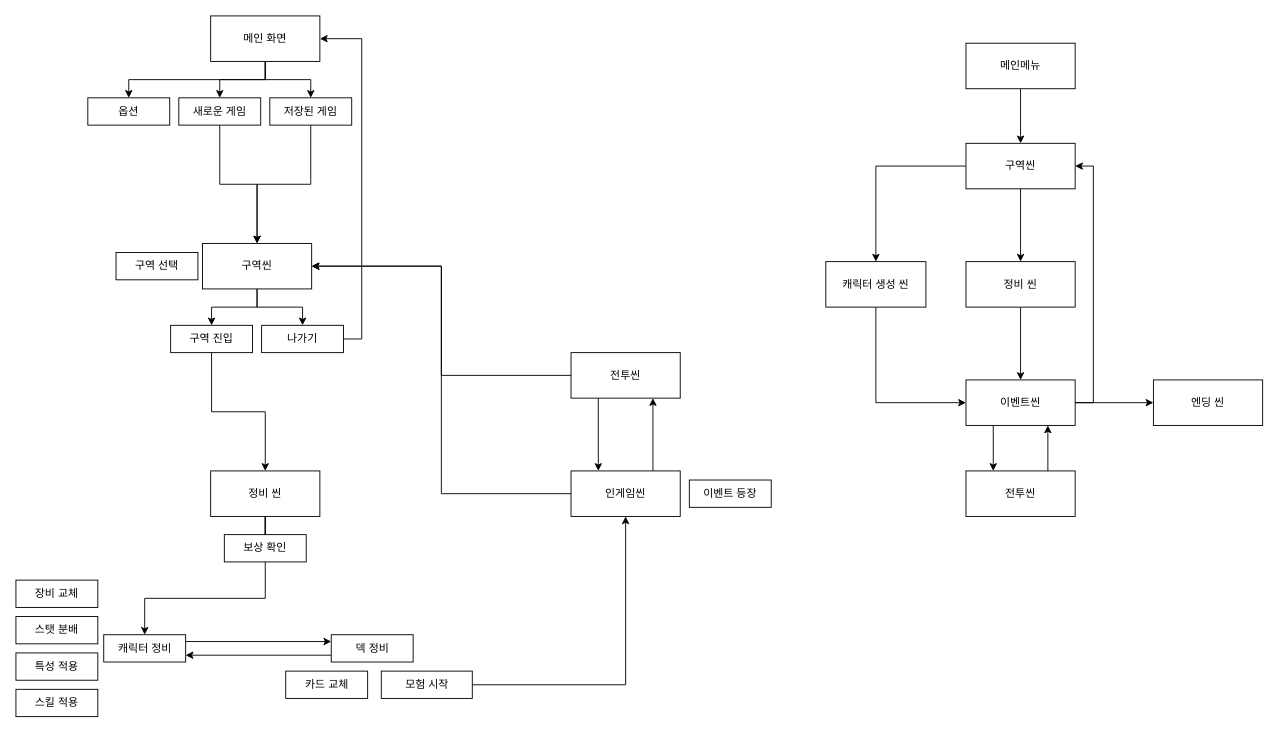
Earlier version of the draw.io diagram 게임 디자인/기획/씬플로우.drawio (DahamChoi/Exlix). Source tidied: cells renumbered, new cells numbered last; positions are measured from the earlier drawing's top-left corner, leaving out a move shared by most shapes. Both pictures are drawn from the tidied source at 91%, with x=0, y=0 at pixel (15, 15).
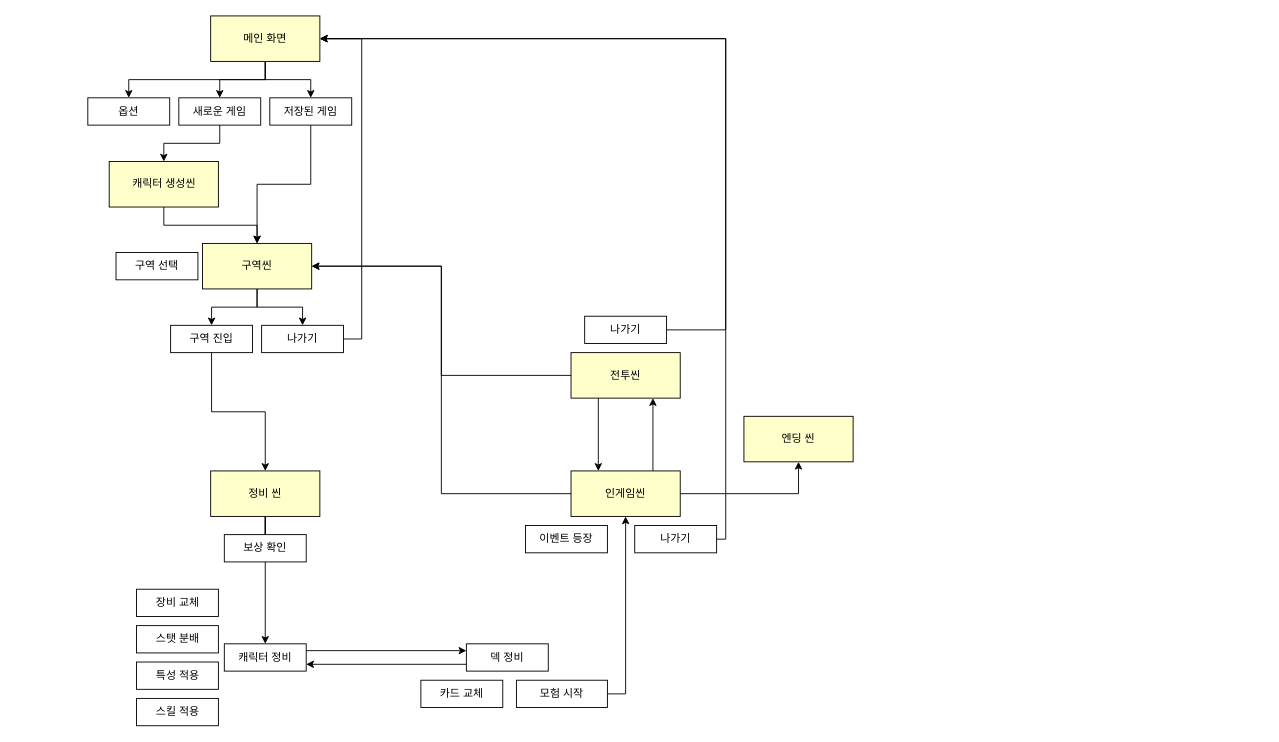
Above is the later version.

The change refers to these unchanged cells:
```xml
<mxCell id="21" value="새로운 게임" style="rounded=0;whiteSpace=wrap;html=1;" parent="1" vertex="1">
  <mxGeometry x="179" y="90" width="90" height="30" as="geometry" />
</mxCell>
```

What changed in the source:
```diff
@@
-    <mxCell id="5" value="메인 화면" style="rounded=0;whiteSpace=wrap;html=1;" parent="1" vertex="1">
+    <mxCell id="5" value="메인 화면" style="rounded=0;whiteSpace=wrap;html=1;fillColor=#FFFFCC;" parent="1" vertex="1">
       <mxGeometry x="214" width="120" height="50" as="geometry" />
     </mxCell>
-    <mxCell id="6" style="edgeStyle=orthogonalEdgeStyle;rounded=0;jettySize=auto;html=1;exitX=0;exitY=0.5;exitDx=0;exitDy=0;" parent="1" edge="1" source="8" target="18">
-      <mxGeometry relative="1" as="geometry" />
-    </mxCell>
-    <mxCell id="7" style="edgeStyle=orthogonalEdgeStyle;rounded=0;jettySize=auto;html=1;exitX=0.5;exitY=1;exitDx=0;exitDy=0;entryX=0.5;entryY=0;entryDx=0;entryDy=0;" parent="1" edge="1" source="8" target="10">
-      <mxGeometry relative="1" as="geometry" />
-    </mxCell>
-    <mxCell id="8" value="구역씬" style="rounded=0;whiteSpace=wrap;html=1;" parent="1" vertex="1">
-      <mxGeometry x="1044" y="140" width="120" height="50" as="geometry" />
-    </mxCell>
-    <mxCell id="9" style="edgeStyle=orthogonalEdgeStyle;rounded=0;jettySize=auto;html=1;exitX=0.5;exitY=1;exitDx=0;exitDy=0;" parent="1" edge="1" source="10" target="14">
-      <mxGeometry relative="1" as="geometry" />
-    </mxCell>
-    <mxCell id="10" value="정비 씬" style="rounded=0;whiteSpace=wrap;html=1;" parent="1" vertex="1">
-      <mxGeometry x="1044" y="270" width="120" height="50" as="geometry" />
-    </mxCell>
-    <mxCell id="11" style="edgeStyle=orthogonalEdgeStyle;rounded=0;jettySize=auto;html=1;exitX=0.25;exitY=1;exitDx=0;exitDy=0;entryX=0.25;entryY=0;entryDx=0;entryDy=0;" parent="1" edge="1" source="14" target="16">
-      <mxGeometry relative="1" as="geometry" />
-    </mxCell>
-    <mxCell id="12" style="edgeStyle=orthogonalEdgeStyle;rounded=0;jettySize=auto;html=1;exitX=1;exitY=0.5;exitDx=0;exitDy=0;entryX=1;entryY=0.5;entryDx=0;entryDy=0;" parent="1" edge="1" source="14" target="8">
-      <mxGeometry relative="1" as="geometry" />
-    </mxCell>
-    <mxCell id="13" style="edgeStyle=orthogonalEdgeStyle;rounded=0;jettySize=auto;html=1;exitX=1;exitY=0.5;exitDx=0;exitDy=0;entryX=0;entryY=0.5;entryDx=0;entryDy=0;" parent="1" edge="1" source="14" target="19">
-      <mxGeometry relative="1" as="geometry" />
-    </mxCell>
-    <mxCell id="14" value="이벤트씬" style="rounded=0;whiteSpace=wrap;html=1;" parent="1" vertex="1">
-      <mxGeometry x="1044" y="400" width="120" height="50" as="geometry" />
-    </mxCell>
-    <mxCell id="15" style="edgeStyle=orthogonalEdgeStyle;rounded=0;jettySize=auto;html=1;exitX=0.75;exitY=0;exitDx=0;exitDy=0;entryX=0.75;entryY=1;entryDx=0;entryDy=0;" parent="1" edge="1" source="16" target="14">
-      <mxGeometry relative="1" as="geometry" />
-    </mxCell>
-    <mxCell id="16" value="전투씬" style="rounded=0;whiteSpace=wrap;html=1;" parent="1" vertex="1">
-      <mxGeometry x="1044" y="500" width="120" height="50" as="geometry" />
-    </mxCell>
-    <mxCell id="17" style="edgeStyle=orthogonalEdgeStyle;rounded=0;jettySize=auto;html=1;exitX=0.5;exitY=1;exitDx=0;exitDy=0;entryX=0;entryY=0.5;entryDx=0;entryDy=0;" parent="1" edge="1" source="18" target="14">
-      <mxGeometry relative="1" as="geometry" />
-    </mxCell>
-    <mxCell id="18" value="캐릭터 생성 씬" style="rounded=0;whiteSpace=wrap;html=1;" parent="1" vertex="1">
-      <mxGeometry x="890" y="270" width="110" height="50" as="geometry" />
-    </mxCell>
-    <mxCell id="19" value="엔딩 씬" style="rounded=0;whiteSpace=wrap;html=1;" parent="1" vertex="1">
-      <mxGeometry x="1250" y="400" width="120" height="50" as="geometry" />
+    <mxCell id="19" value="엔딩 씬" style="rounded=0;whiteSpace=wrap;html=1;fillColor=#FFFFCC;" parent="1" vertex="1">
+      <mxGeometry x="800" y="440" width="120" height="50" as="geometry" />
     </mxCell>
-    <mxCell id="20" style="edgeStyle=orthogonalEdgeStyle;rounded=0;jettySize=auto;html=1;exitX=0.5;exitY=1;exitDx=0;exitDy=0;" parent="1" edge="1" source="21" target="27">
-      <mxGeometry relative="1" as="geometry" />
-    </mxCell>
+    <mxCell id="57" style="edgeStyle=orthogonalEdgeStyle;rounded=0;jettySize=auto;html=1;exitX=0.5;exitY=1;exitDx=0;exitDy=0;entryX=0.5;entryY=0;entryDx=0;entryDy=0;" parent="1" edge="1" source="21" target="64">
+      <mxGeometry relative="1" as="geometry" />
+    </mxCell>
@@
-    <mxCell id="27" value="구역씬" style="rounded=0;whiteSpace=wrap;html=1;" parent="1" vertex="1">
+    <mxCell id="27" value="구역씬" style="rounded=0;whiteSpace=wrap;html=1;fillColor=#FFFFCC;" parent="1" vertex="1">
       <mxGeometry x="205" y="250" width="120" height="50" as="geometry" />
     </mxCell>
@@
-    <mxCell id="33" value="정비 씬" style="rounded=0;whiteSpace=wrap;html=1;" parent="1" vertex="1">
+    <mxCell id="33" value="정비 씬" style="rounded=0;whiteSpace=wrap;html=1;fillColor=#FFFFCC;" parent="1" vertex="1">
       <mxGeometry x="214" y="500" width="120" height="50" as="geometry" />
     </mxCell>
@@
     <mxCell id="36" value="캐릭터 정비" style="rounded=0;whiteSpace=wrap;html=1;" parent="1" vertex="1">
-      <mxGeometry x="96.5" y="680" width="90" height="30" as="geometry" />
+      <mxGeometry x="229" y="690" width="90" height="30" as="geometry" />
     </mxCell>
@@
     <mxCell id="38" value="덱 정비" style="rounded=0;whiteSpace=wrap;html=1;" parent="1" vertex="1">
-      <mxGeometry x="346.5" y="680" width="90" height="30" as="geometry" />
+      <mxGeometry x="495" y="690" width="90" height="30" as="geometry" />
     </mxCell>
     <mxCell id="39" value="스탯 분배" style="rounded=0;whiteSpace=wrap;html=1;" parent="1" vertex="1">
-      <mxGeometry y="660" width="90" height="30" as="geometry" />
+      <mxGeometry x="132.5" y="670" width="90" height="30" as="geometry" />
     </mxCell>
     <mxCell id="40" value="스킬 적용" style="rounded=0;whiteSpace=wrap;html=1;" parent="1" vertex="1">
-      <mxGeometry y="740" width="90" height="30" as="geometry" />
+      <mxGeometry x="132.5" y="750" width="90" height="30" as="geometry" />
     </mxCell>
     <mxCell id="41" value="특성 적용" style="rounded=0;whiteSpace=wrap;html=1;" parent="1" vertex="1">
-      <mxGeometry y="700" width="90" height="30" as="geometry" />
+      <mxGeometry x="132.5" y="710" width="90" height="30" as="geometry" />
     </mxCell>
     <mxCell id="42" value="장비 교체" style="rounded=0;whiteSpace=wrap;html=1;" parent="1" vertex="1">
-      <mxGeometry y="620" width="90" height="30" as="geometry" />
+      <mxGeometry x="132.5" y="630" width="90" height="30" as="geometry" />
     </mxCell>
     <mxCell id="43" value="카드 교체" style="rounded=0;whiteSpace=wrap;html=1;" parent="1" vertex="1">
-      <mxGeometry x="296.5" y="720" width="90" height="30" as="geometry" />
+      <mxGeometry x="445" y="730" width="90" height="30" as="geometry" />
     </mxCell>
@@
     <mxCell id="45" value="모험 시작" style="rounded=0;whiteSpace=wrap;html=1;" parent="1" vertex="1">
-      <mxGeometry x="401.5" y="720" width="100" height="30" as="geometry" />
+      <mxGeometry x="550" y="730" width="100" height="30" as="geometry" />
     </mxCell>
@@
+    <mxCell id="58" style="edgeStyle=orthogonalEdgeStyle;rounded=0;jettySize=auto;html=1;exitX=1;exitY=0.5;exitDx=0;exitDy=0;entryX=0.5;entryY=1;entryDx=0;entryDy=0;" parent="1" edge="1" source="50" target="19">
+      <mxGeometry relative="1" as="geometry" />
+    </mxCell>
-    <mxCell id="50" value="인게임씬" style="rounded=0;whiteSpace=wrap;html=1;" parent="1" vertex="1">
+    <mxCell id="50" value="인게임씬" style="rounded=0;whiteSpace=wrap;html=1;fillColor=#FFFFCC;" parent="1" vertex="1">
       <mxGeometry x="610" y="500" width="120" height="50" as="geometry" />
     </mxCell>
     <mxCell id="51" value="이벤트 등장" style="rounded=0;whiteSpace=wrap;html=1;" parent="1" vertex="1">
-      <mxGeometry x="740" y="510" width="90" height="30" as="geometry" />
+      <mxGeometry x="560" y="560" width="90" height="30" as="geometry" />
     </mxCell>
@@
-    <mxCell id="54" value="전투씬" style="rounded=0;whiteSpace=wrap;html=1;" parent="1" vertex="1">
+    <mxCell id="54" value="전투씬" style="rounded=0;whiteSpace=wrap;html=1;fillColor=#FFFFCC;" parent="1" vertex="1">
       <mxGeometry x="610" y="370" width="120" height="50" as="geometry" />
     </mxCell>
-    <mxCell id="55" style="edgeStyle=orthogonalEdgeStyle;rounded=0;jettySize=auto;html=1;exitX=0.5;exitY=1;exitDx=0;exitDy=0;entryX=0.5;entryY=0;entryDx=0;entryDy=0;" parent="1" edge="1" source="56" target="8">
-      <mxGeometry relative="1" as="geometry" />
-    </mxCell>
-    <mxCell id="56" value="메인메뉴" style="rounded=0;whiteSpace=wrap;html=1;" parent="1" vertex="1">
-      <mxGeometry x="1044" y="30" width="120" height="50" as="geometry" />
-    </mxCell>
+    <mxCell id="59" style="edgeStyle=orthogonalEdgeStyle;rounded=0;jettySize=auto;html=1;exitX=1;exitY=0.5;exitDx=0;exitDy=0;entryX=1;entryY=0.5;entryDx=0;entryDy=0;" parent="1" edge="1" source="60" target="5">
+      <mxGeometry relative="1" as="geometry">
+        <Array as="points">
+          <mxPoint x="780" y="345" />
+          <mxPoint x="780" y="25" />
+        </Array>
+      </mxGeometry>
+    </mxCell>
+    <mxCell id="60" value="나가기" style="rounded=0;whiteSpace=wrap;html=1;" parent="1" vertex="1">
+      <mxGeometry x="625" y="330" width="90" height="30" as="geometry" />
+    </mxCell>
+    <mxCell id="61" style="edgeStyle=orthogonalEdgeStyle;rounded=0;jettySize=auto;html=1;exitX=1;exitY=0.5;exitDx=0;exitDy=0;entryX=1;entryY=0.5;entryDx=0;entryDy=0;" parent="1" edge="1" source="62" target="5">
+      <mxGeometry relative="1" as="geometry">
+        <Array as="points">
+          <mxPoint x="780" y="575" />
+          <mxPoint x="780" y="25" />
+        </Array>
+      </mxGeometry>
+    </mxCell>
+    <mxCell id="62" value="나가기" style="rounded=0;whiteSpace=wrap;html=1;" parent="1" vertex="1">
+      <mxGeometry x="680" y="560" width="90" height="30" as="geometry" />
+    </mxCell>
+    <mxCell id="63" style="edgeStyle=orthogonalEdgeStyle;rounded=0;jettySize=auto;html=1;exitX=0.5;exitY=1;exitDx=0;exitDy=0;entryX=0.5;entryY=0;entryDx=0;entryDy=0;" parent="1" edge="1" source="64" target="27">
+      <mxGeometry relative="1" as="geometry" />
+    </mxCell>
+    <mxCell id="64" value="캐릭터 생성씬" style="rounded=0;whiteSpace=wrap;html=1;fillColor=#FFFFCC;" parent="1" vertex="1">
+      <mxGeometry x="102.5" y="160" width="120" height="50" as="geometry" />
+    </mxCell>
```
